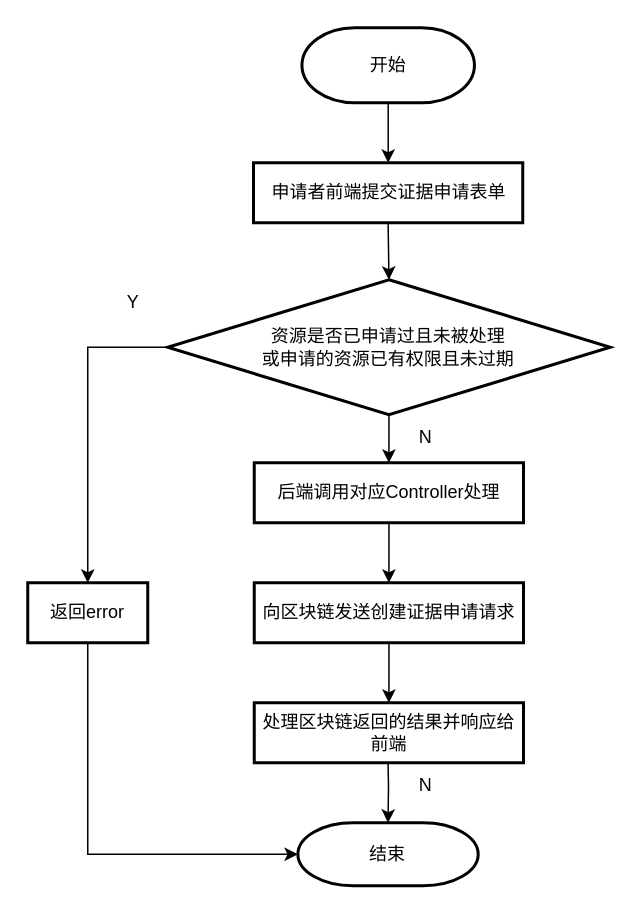
Before: 毕业论文/图片/证据申请模块-证据申请.drawio in YanQiaoQi/graduation-project, a draw.io diagram. Source tidied: cells renumbered, new cells numbered last; positions are measured from the earlier drawing's top-left corner, leaving out a move shared by most shapes. Both pictures are drawn from the tidied source at 150%, with x=0, y=0 at pixel (27, 27).
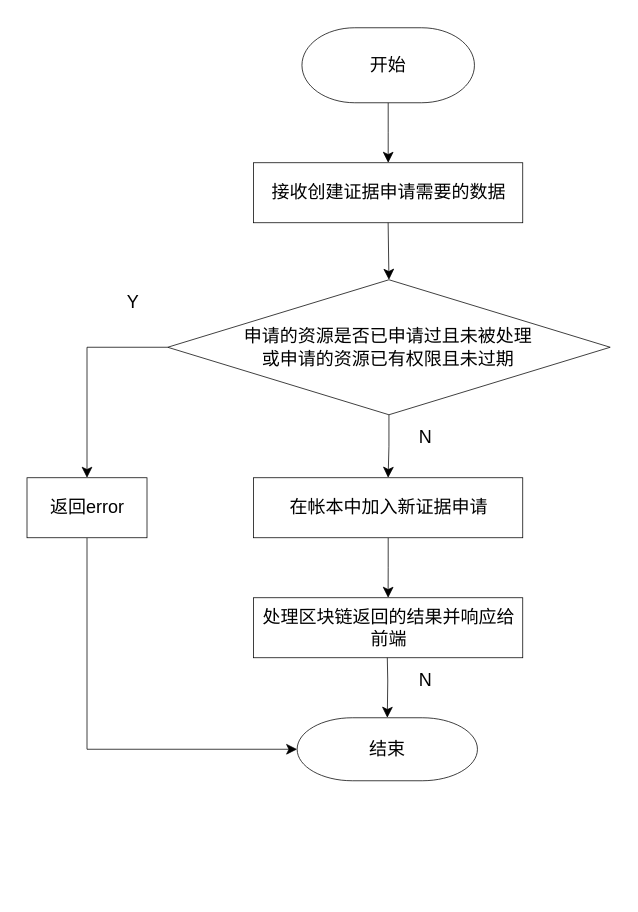
After the change.

Change to the diagram source:
```diff
@@
-    <mxCell id="2" style="edgeStyle=orthogonalEdgeStyle;rounded=0;jettySize=auto;html=1;" parent="1" edge="1" source="3" target="4">
+    <mxCell id="2" style="edgeStyle=orthogonalEdgeStyle;rounded=0;jettySize=auto;html=1;strokeWidth=0.5;fontFamily=宋体;" parent="1" edge="1" source="3" target="4">
       <mxGeometry relative="1" as="geometry" />
     </mxCell>
-    <mxCell id="3" value="开始" style="strokeWidth=2;html=1;shape=mxgraph.flowchart.terminator;whiteSpace=wrap;" parent="1" vertex="1">
+    <mxCell id="3" value="开始" style="strokeWidth=0.5;html=1;shape=mxgraph.flowchart.terminator;whiteSpace=wrap;fontFamily=宋体;" parent="1" vertex="1">
       <mxGeometry x="182.8" width="115" height="50" as="geometry" />
     </mxCell>
-    <mxCell id="4" value="申请者前端提交证据申请表单" style="whiteSpace=wrap;html=1;strokeWidth=2;" parent="1" vertex="1">
+    <mxCell id="4" value="接收创建证据申请需要的数据" style="whiteSpace=wrap;html=1;strokeWidth=0.5;fontFamily=宋体;" parent="1" vertex="1">
       <mxGeometry x="150.5" y="90" width="179.5" height="40" as="geometry" />
     </mxCell>
-    <mxCell id="5" style="edgeStyle=orthogonalEdgeStyle;rounded=0;jettySize=auto;html=1;exitX=0.5;exitY=1;exitDx=0;exitDy=0;entryX=0.5;entryY=0;entryDx=0;entryDy=0;" parent="1" edge="1" source="4" target="17">
+    <mxCell id="5" style="edgeStyle=orthogonalEdgeStyle;rounded=0;jettySize=auto;html=1;exitX=0.5;exitY=1;exitDx=0;exitDy=0;entryX=0.5;entryY=0;entryDx=0;entryDy=0;strokeWidth=0.5;fontFamily=宋体;" parent="1" edge="1" source="4" target="17">
       <mxGeometry relative="1" as="geometry" />
     </mxCell>
-    <mxCell id="6" style="edgeStyle=orthogonalEdgeStyle;rounded=0;jettySize=auto;html=1;entryX=0.5;entryY=0;entryDx=0;entryDy=0;" parent="1" edge="1" source="7" target="13">
+    <mxCell id="6" style="edgeStyle=orthogonalEdgeStyle;rounded=0;jettySize=auto;html=1;entryX=0.5;entryY=0;entryDx=0;entryDy=0;exitX=0.5;exitY=1;exitDx=0;exitDy=0;strokeWidth=0.5;fontFamily=宋体;" parent="1" edge="1" source="17" target="13">
       <mxGeometry relative="1" as="geometry" />
     </mxCell>
-    <mxCell id="7" value="后端调用对应Controller处理" style="whiteSpace=wrap;html=1;strokeWidth=2;" parent="1" vertex="1">
-      <mxGeometry x="151" y="290" width="179.5" height="40" as="geometry" />
-    </mxCell>
-    <mxCell id="8" value="结束" style="strokeWidth=2;html=1;shape=mxgraph.flowchart.terminator;whiteSpace=wrap;" parent="1" vertex="1">
-      <mxGeometry x="180.1" y="530" width="120.2" height="42" as="geometry" />
+    <mxCell id="8" value="结束" style="strokeWidth=0.5;html=1;shape=mxgraph.flowchart.terminator;whiteSpace=wrap;fontFamily=宋体;" parent="1" vertex="1">
+      <mxGeometry x="179.6" y="460" width="120.2" height="42" as="geometry" />
     </mxCell>
-    <mxCell id="9" value="N" style="text;html=1;align=center;verticalAlign=middle;strokeColor=none;fillColor=none;" parent="1" vertex="1">
-      <mxGeometry x="250" y="490" width="30" height="30" as="geometry" />
+    <mxCell id="9" value="N" style="text;html=1;align=center;verticalAlign=middle;strokeColor=none;fillColor=none;strokeWidth=0.5;fontFamily=宋体;" parent="1" vertex="1">
+      <mxGeometry x="249.5" y="420" width="30" height="30" as="geometry" />
     </mxCell>
-    <mxCell id="10" style="edgeStyle=orthogonalEdgeStyle;rounded=0;jettySize=auto;html=1;entryX=0;entryY=0.5;entryDx=0;entryDy=0;entryPerimeter=0;" parent="1" edge="1" source="11" target="8">
+    <mxCell id="10" style="edgeStyle=orthogonalEdgeStyle;rounded=0;jettySize=auto;html=1;entryX=0;entryY=0.5;entryDx=0;entryDy=0;entryPerimeter=0;strokeWidth=0.5;fontFamily=宋体;" parent="1" edge="1" source="11" target="8">
       <mxGeometry relative="1" as="geometry">
         <Array as="points">
-          <mxPoint x="40" y="551" />
+          <mxPoint x="39.5" y="481" />
         </Array>
       </mxGeometry>
     </mxCell>
-    <mxCell id="11" value="返回error" style="whiteSpace=wrap;html=1;strokeWidth=2;" parent="1" vertex="1">
-      <mxGeometry y="370" width="80" height="40" as="geometry" />
+    <mxCell id="11" value="返回error" style="whiteSpace=wrap;html=1;strokeWidth=0.5;fontFamily=宋体;" parent="1" vertex="1">
+      <mxGeometry x="-0.5" y="300" width="80" height="40" as="geometry" />
     </mxCell>
-    <mxCell id="12" style="edgeStyle=orthogonalEdgeStyle;rounded=0;jettySize=auto;html=1;entryX=0.5;entryY=0;entryDx=0;entryDy=0;" parent="1" edge="1" source="13" target="20">
+    <mxCell id="12" style="edgeStyle=orthogonalEdgeStyle;rounded=0;jettySize=auto;html=1;entryX=0.5;entryY=0;entryDx=0;entryDy=0;strokeWidth=0.5;fontFamily=宋体;" parent="1" edge="1" source="13" target="20">
       <mxGeometry relative="1" as="geometry" />
     </mxCell>
-    <mxCell id="13" value="向区块链发送创建证据申请请求" style="whiteSpace=wrap;html=1;strokeWidth=2;" parent="1" vertex="1">
-      <mxGeometry x="151" y="370" width="179.5" height="40" as="geometry" />
+    <mxCell id="13" value="在帐本中加入新证据申请" style="whiteSpace=wrap;html=1;strokeWidth=0.5;fontFamily=宋体;" parent="1" vertex="1">
+      <mxGeometry x="150.5" y="300" width="179.5" height="40" as="geometry" />
     </mxCell>
-    <mxCell id="14" style="edgeStyle=orthogonalEdgeStyle;rounded=0;jettySize=auto;html=1;entryX=0.5;entryY=0;entryDx=0;entryDy=0;exitX=0;exitY=0.5;exitDx=0;exitDy=0;" parent="1" edge="1" source="17" target="11">
+    <mxCell id="14" style="edgeStyle=orthogonalEdgeStyle;rounded=0;jettySize=auto;html=1;entryX=0.5;entryY=0;entryDx=0;entryDy=0;exitX=0;exitY=0.5;exitDx=0;exitDy=0;strokeWidth=0.5;fontFamily=宋体;" parent="1" edge="1" source="17" target="11">
       <mxGeometry relative="1" as="geometry" />
     </mxCell>
-    <mxCell id="15" style="edgeStyle=orthogonalEdgeStyle;rounded=0;jettySize=auto;html=1;entryX=0.5;entryY=0;entryDx=0;entryDy=0;entryPerimeter=0;" parent="1" edge="1" target="8">
+    <mxCell id="15" style="edgeStyle=orthogonalEdgeStyle;rounded=0;jettySize=auto;html=1;entryX=0.5;entryY=0;entryDx=0;entryDy=0;entryPerimeter=0;strokeWidth=0.5;fontFamily=宋体;" parent="1" edge="1" target="8">
       <mxGeometry relative="1" as="geometry">
-        <mxPoint x="240" y="480" as="sourcePoint" />
+        <mxPoint x="239.5" y="410" as="sourcePoint" />
       </mxGeometry>
     </mxCell>
-    <mxCell id="16" style="edgeStyle=orthogonalEdgeStyle;rounded=0;jettySize=auto;html=1;entryX=0.5;entryY=0;entryDx=0;entryDy=0;" parent="1" edge="1" source="17" target="7">
-      <mxGeometry relative="1" as="geometry" />
-    </mxCell>
-    <mxCell id="17" value="资源是否已申请过且未被处理&lt;br&gt;或申请的资源已有权限且未过期" style="rhombus;whiteSpace=wrap;html=1;strokeWidth=2;" parent="1" vertex="1">
+    <mxCell id="17" value="申请的资源是否已申请过且未被处理&lt;br&gt;或申请的资源已有权限且未过期" style="rhombus;whiteSpace=wrap;html=1;strokeWidth=0.5;fontFamily=宋体;" parent="1" vertex="1">
       <mxGeometry x="93.3" y="168" width="295" height="90" as="geometry" />
     </mxCell>
-    <mxCell id="18" value="N" style="text;html=1;align=center;verticalAlign=middle;strokeColor=none;fillColor=none;" parent="1" vertex="1">
+    <mxCell id="18" value="N" style="text;html=1;align=center;verticalAlign=middle;strokeColor=none;fillColor=none;strokeWidth=0.5;fontFamily=宋体;" parent="1" vertex="1">
       <mxGeometry x="250" y="258" width="30" height="30" as="geometry" />
     </mxCell>
-    <mxCell id="19" value="Y" style="text;html=1;align=center;verticalAlign=middle;strokeColor=none;fillColor=none;" parent="1" vertex="1">
+    <mxCell id="19" value="Y" style="text;html=1;align=center;verticalAlign=middle;strokeColor=none;fillColor=none;strokeWidth=0.5;fontFamily=宋体;" parent="1" vertex="1">
       <mxGeometry x="55" y="168" width="30" height="30" as="geometry" />
     </mxCell>
-    <mxCell id="20" value="处理区块链返回的结果并响应给前端" style="whiteSpace=wrap;html=1;strokeWidth=2;" parent="1" vertex="1">
-      <mxGeometry x="151" y="450" width="179.5" height="40" as="geometry" />
+    <mxCell id="20" value="处理区块链返回的结果并响应给前端" style="whiteSpace=wrap;html=1;strokeWidth=0.5;fontFamily=宋体;" parent="1" vertex="1">
+      <mxGeometry x="150.5" y="380" width="179.5" height="40" as="geometry" />
     </mxCell>
```
